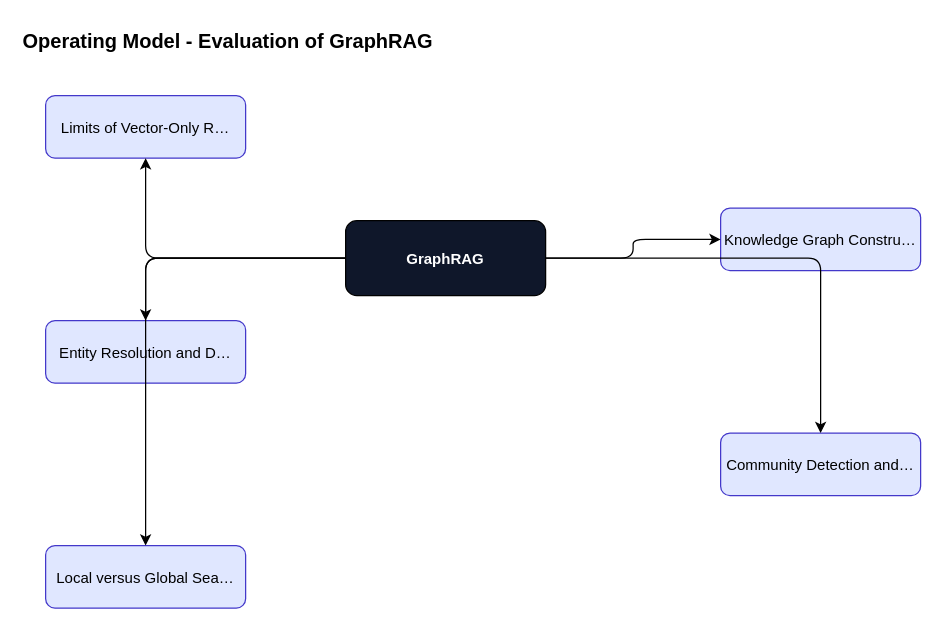
The draw.io diagram content/graphrag/graphrag-foundations/diagrams/fig-013-operating-model.drawio in ankit05121980/AI-University, before the edit. Source tidied: cells renumbered, new cells numbered last; positions are measured from the earlier drawing's top-left corner, leaving out a move shared by most shapes. Both pictures are drawn from the tidied source at 125%, with x=0, y=0 at pixel (20, 20).
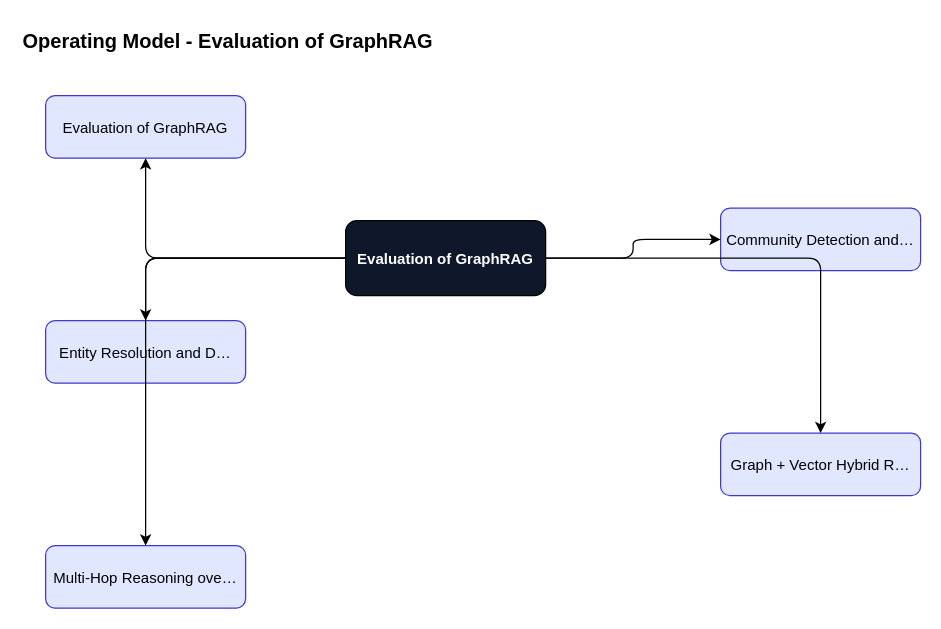
After the change.

Diff of the diagram source:
```diff
@@
 <mxGraphModel>
   <root>
     <mxCell id="0" />
     <mxCell id="1" parent="0" />
     <mxCell id="2" value="Operating Model - Evaluation of GraphRAG" style="text;fontSize=16;fontStyle=1;" parent="1" vertex="1">
       <mxGeometry width="600" height="30" as="geometry" />
     </mxCell>
-    <mxCell id="3" value="GraphRAG" style="rounded=1;fillColor=#0f172a;fontColor=#ffffff;fontStyle=1;" parent="1" vertex="1">
+    <mxCell id="3" value="Evaluation of GraphRAG" style="rounded=1;fillColor=#0f172a;fontColor=#ffffff;fontStyle=1;" parent="1" vertex="1">
       <mxGeometry x="260" y="160" width="160" height="60" as="geometry" />
     </mxCell>
-    <mxCell id="4" value="Limits of Vector-Only R…" style="rounded=1;fillColor=#e0e7ff;strokeColor=#4338ca;" parent="1" vertex="1">
+    <mxCell id="4" value="Evaluation of GraphRAG" style="rounded=1;fillColor=#e0e7ff;strokeColor=#4338ca;" parent="1" vertex="1">
       <mxGeometry x="20" y="60" width="160" height="50" as="geometry" />
     </mxCell>
     <mxCell id="5" style="edgeStyle=orthogonalEdgeStyle;" parent="1" edge="1" source="3" target="4">
       <mxGeometry relative="1" as="geometry" />
     </mxCell>
-    <mxCell id="6" value="Knowledge Graph Constru…" style="rounded=1;fillColor=#e0e7ff;strokeColor=#4338ca;" parent="1" vertex="1">
+    <mxCell id="6" value="Community Detection and…" style="rounded=1;fillColor=#e0e7ff;strokeColor=#4338ca;" parent="1" vertex="1">
       <mxGeometry x="560" y="150" width="160" height="50" as="geometry" />
     </mxCell>
     <mxCell id="7" style="edgeStyle=orthogonalEdgeStyle;" parent="1" edge="1" source="3" target="6">
       <mxGeometry relative="1" as="geometry" />
     </mxCell>
     <mxCell id="8" value="Entity Resolution and D…" style="rounded=1;fillColor=#e0e7ff;strokeColor=#4338ca;" parent="1" vertex="1">
       <mxGeometry x="20" y="240" width="160" height="50" as="geometry" />
     </mxCell>
     <mxCell id="9" style="edgeStyle=orthogonalEdgeStyle;" parent="1" edge="1" source="3" target="8">
       <mxGeometry relative="1" as="geometry" />
     </mxCell>
-    <mxCell id="10" value="Community Detection and…" style="rounded=1;fillColor=#e0e7ff;strokeColor=#4338ca;" parent="1" vertex="1">
+    <mxCell id="10" value="Graph + Vector Hybrid R…" style="rounded=1;fillColor=#e0e7ff;strokeColor=#4338ca;" parent="1" vertex="1">
       <mxGeometry x="560" y="330" width="160" height="50" as="geometry" />
     </mxCell>
     <mxCell id="11" style="edgeStyle=orthogonalEdgeStyle;" parent="1" edge="1" source="3" target="10">
       <mxGeometry relative="1" as="geometry" />
     </mxCell>
-    <mxCell id="12" value="Local versus Global Sea…" style="rounded=1;fillColor=#e0e7ff;strokeColor=#4338ca;" parent="1" vertex="1">
+    <mxCell id="12" value="Multi-Hop Reasoning ove…" style="rounded=1;fillColor=#e0e7ff;strokeColor=#4338ca;" parent="1" vertex="1">
       <mxGeometry x="20" y="420" width="160" height="50" as="geometry" />
     </mxCell>
     <mxCell id="13" style="edgeStyle=orthogonalEdgeStyle;" parent="1" edge="1" source="3" target="12">
       <mxGeometry relative="1" as="geometry" />
     </mxCell>
   </root>
 </mxGraphModel>
```
